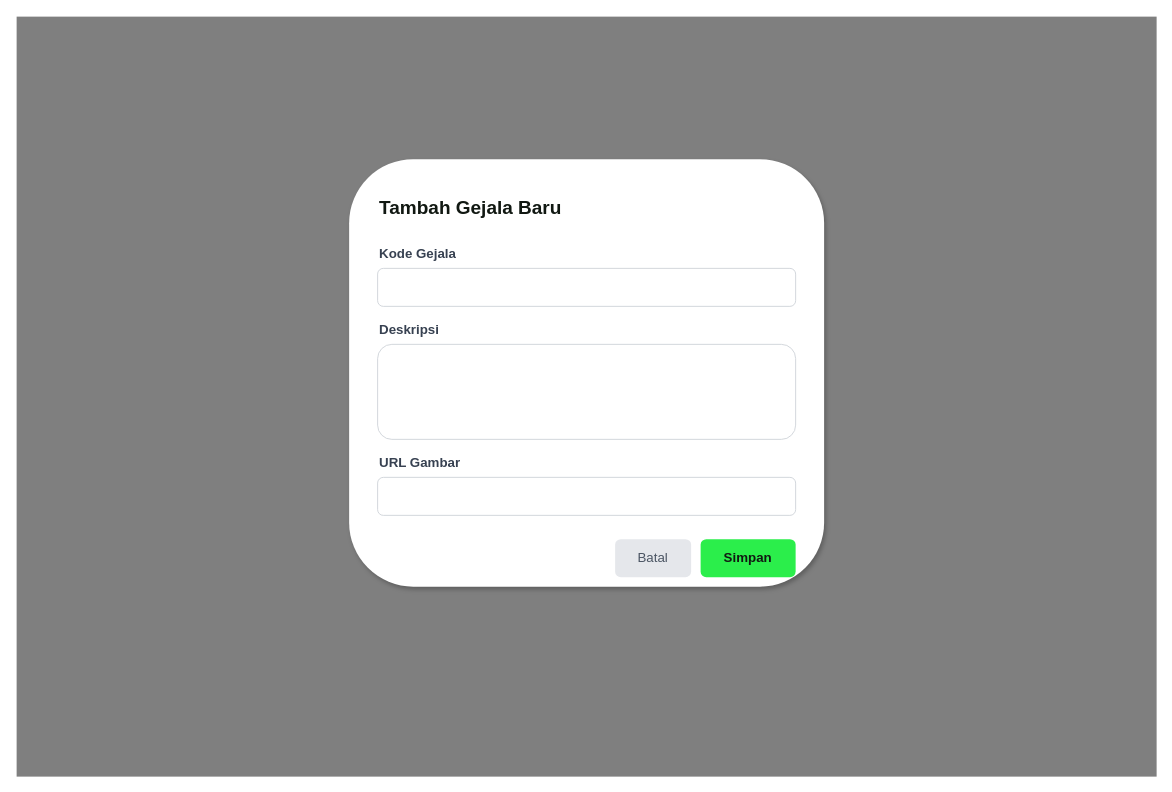
Before: diagram/desain/admin-tambah-gejala.drawio in RajaSunrise/kangkungku, a draw.io diagram. Source tidied: cells renumbered, new cells numbered last; positions are measured from the earlier drawing's top-left corner, leaving out a move shared by most shapes. Both pictures are drawn from the tidied source at 95%, with x=0, y=0 at pixel (16, 16).
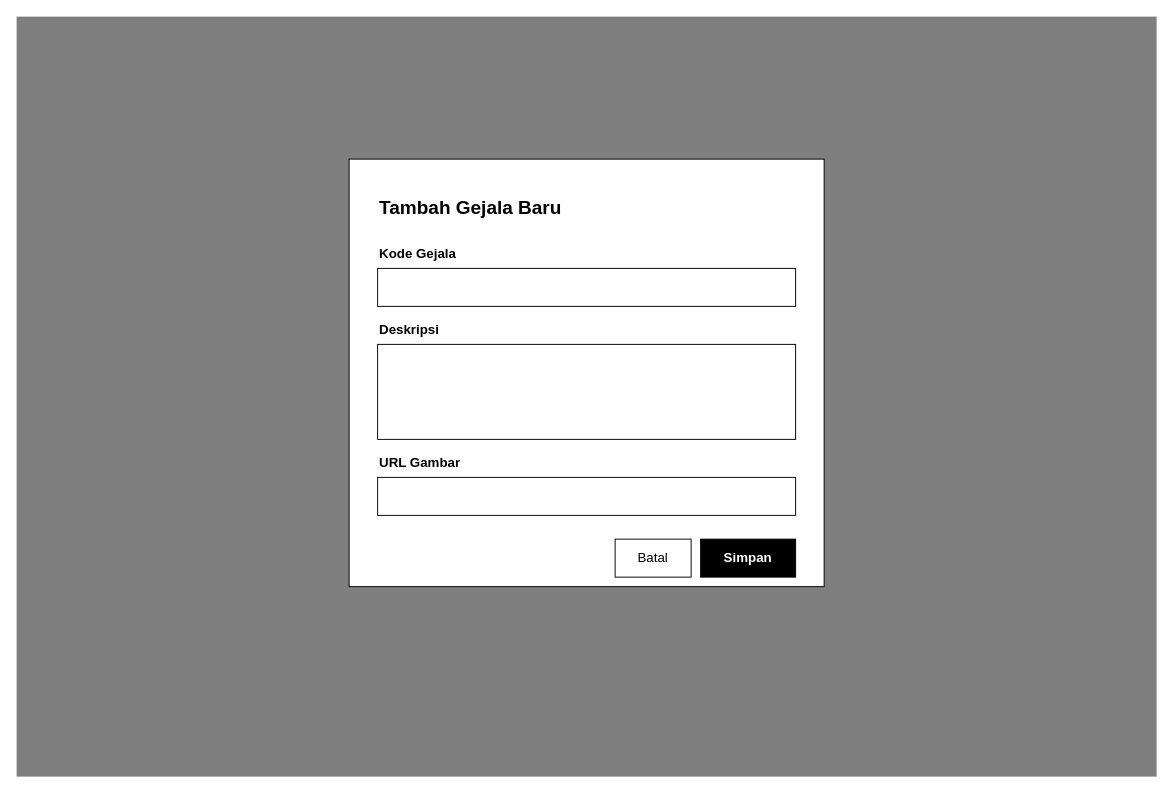
The same page after the edit.

The edit, as a diff of the source:
```diff
@@
 <mxGraphModel>
   <root>
     <mxCell id="0" />
     <mxCell id="1" parent="0" />
     <mxCell id="2" style="rounded=0;whiteSpace=wrap;html=1;fillColor=#000000;fillOpacity=50;strokeColor=none;" parent="1" vertex="1">
       <mxGeometry width="1200" height="800" as="geometry" />
     </mxCell>
-    <mxCell id="3" style="rounded=1;whiteSpace=wrap;html=1;fillColor=#FFFFFF;strokeColor=none;shadow=1;" parent="1" vertex="1">
+    <mxCell id="3" style="rounded=0;whiteSpace=wrap;html=1;fillColor=#FFFFFF;strokeColor=#000000;" parent="1" vertex="1">
       <mxGeometry x="350" y="150" width="500" height="450" as="geometry" />
     </mxCell>
-    <mxCell id="4" value="Tambah Gejala Baru" style="text;html=1;strokeColor=none;fillColor=none;align=left;verticalAlign=middle;whiteSpace=wrap;rounded=0;fontColor=#111812;fontSize=20;fontStyle=1;" parent="1" vertex="1">
+    <mxCell id="4" value="Tambah Gejala Baru" style="text;html=1;strokeColor=none;fillColor=none;align=left;verticalAlign=middle;whiteSpace=wrap;rounded=0;fontColor=#000000;fontSize=20;fontStyle=1;" parent="1" vertex="1">
       <mxGeometry x="380" y="180" width="300" height="40" as="geometry" />
     </mxCell>
-    <mxCell id="5" value="Kode Gejala" style="text;html=1;strokeColor=none;fillColor=none;align=left;verticalAlign=middle;whiteSpace=wrap;rounded=0;fontColor=#374151;fontSize=14;fontStyle=1;" parent="1" vertex="1">
+    <mxCell id="5" value="Kode Gejala" style="text;html=1;strokeColor=none;fillColor=none;align=left;verticalAlign=middle;whiteSpace=wrap;rounded=0;fontColor=#000000;fontSize=14;fontStyle=1;" parent="1" vertex="1">
       <mxGeometry x="380" y="240" width="150" height="20" as="geometry" />
     </mxCell>
-    <mxCell id="6" style="rounded=1;whiteSpace=wrap;html=1;fillColor=#FFFFFF;strokeColor=#D1D5DB;" parent="1" vertex="1">
+    <mxCell id="6" style="rounded=0;whiteSpace=wrap;html=1;fillColor=#FFFFFF;strokeColor=#000000;" parent="1" vertex="1">
       <mxGeometry x="380" y="265" width="440" height="40" as="geometry" />
     </mxCell>
-    <mxCell id="7" value="Deskripsi" style="text;html=1;strokeColor=none;fillColor=none;align=left;verticalAlign=middle;whiteSpace=wrap;rounded=0;fontColor=#374151;fontSize=14;fontStyle=1;" parent="1" vertex="1">
+    <mxCell id="7" value="Deskripsi" style="text;html=1;strokeColor=none;fillColor=none;align=left;verticalAlign=middle;whiteSpace=wrap;rounded=0;fontColor=#000000;fontSize=14;fontStyle=1;" parent="1" vertex="1">
       <mxGeometry x="380" y="320" width="150" height="20" as="geometry" />
     </mxCell>
-    <mxCell id="8" style="rounded=1;whiteSpace=wrap;html=1;fillColor=#FFFFFF;strokeColor=#D1D5DB;" parent="1" vertex="1">
+    <mxCell id="8" style="rounded=0;whiteSpace=wrap;html=1;fillColor=#FFFFFF;strokeColor=#000000;" parent="1" vertex="1">
       <mxGeometry x="380" y="345" width="440" height="100" as="geometry" />
     </mxCell>
-    <mxCell id="9" value="URL Gambar" style="text;html=1;strokeColor=none;fillColor=none;align=left;verticalAlign=middle;whiteSpace=wrap;rounded=0;fontColor=#374151;fontSize=14;fontStyle=1;" parent="1" vertex="1">
+    <mxCell id="9" value="URL Gambar" style="text;html=1;strokeColor=none;fillColor=none;align=left;verticalAlign=middle;whiteSpace=wrap;rounded=0;fontColor=#000000;fontSize=14;fontStyle=1;" parent="1" vertex="1">
       <mxGeometry x="380" y="460" width="150" height="20" as="geometry" />
     </mxCell>
-    <mxCell id="10" style="rounded=1;whiteSpace=wrap;html=1;fillColor=#FFFFFF;strokeColor=#D1D5DB;" parent="1" vertex="1">
+    <mxCell id="10" style="rounded=0;whiteSpace=wrap;html=1;fillColor=#FFFFFF;strokeColor=#000000;" parent="1" vertex="1">
       <mxGeometry x="380" y="485" width="440" height="40" as="geometry" />
     </mxCell>
-    <mxCell id="11" value="Batal" style="rounded=1;whiteSpace=wrap;html=1;fillColor=#E5E7EB;strokeColor=none;fontColor=#4B5563;fontSize=14;" parent="1" vertex="1">
+    <mxCell id="11" value="Batal" style="rounded=0;whiteSpace=wrap;html=1;fillColor=#FFFFFF;strokeColor=#000000;fontColor=#000000;fontSize=14;" parent="1" vertex="1">
       <mxGeometry x="630" y="550" width="80" height="40" as="geometry" />
     </mxCell>
-    <mxCell id="12" value="Simpan" style="rounded=1;whiteSpace=wrap;html=1;fillColor=#2BEE4B;strokeColor=none;fontColor=#111812;fontStyle=1;fontSize=14;" parent="1" vertex="1">
+    <mxCell id="12" value="Simpan" style="rounded=0;whiteSpace=wrap;html=1;fillColor=#000000;strokeColor=#000000;fontColor=#FFFFFF;fontStyle=1;fontSize=14;" parent="1" vertex="1">
       <mxGeometry x="720" y="550" width="100" height="40" as="geometry" />
     </mxCell>
   </root>
 </mxGraphModel>
```
